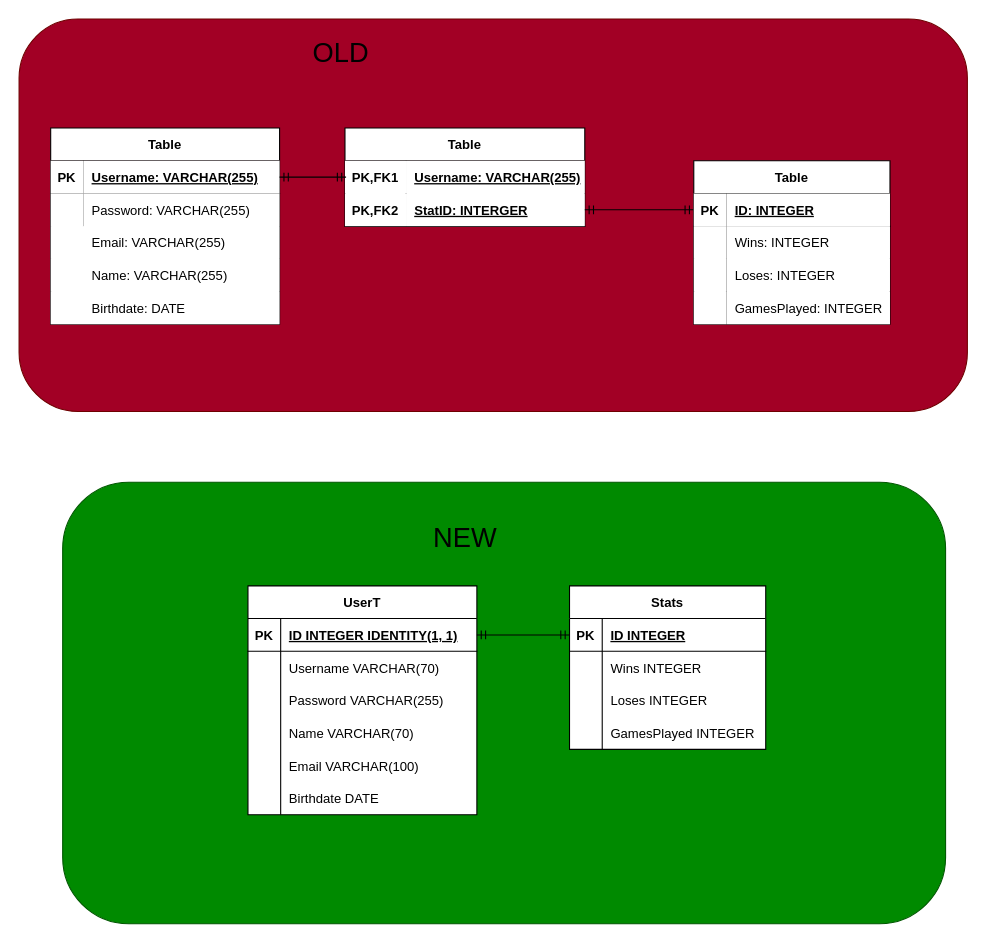
The draw.io diagram Dokumentation/RDS-Diagram.drawio in MarcusBou/KortKlubben, before the edit. Source tidied: cells renumbered, new cells numbered last; positions are measured from the earlier drawing's top-left corner, leaving out a move shared by most shapes. Both pictures are drawn from the tidied source at 109%, with x=0, y=0 at pixel (19, 19).
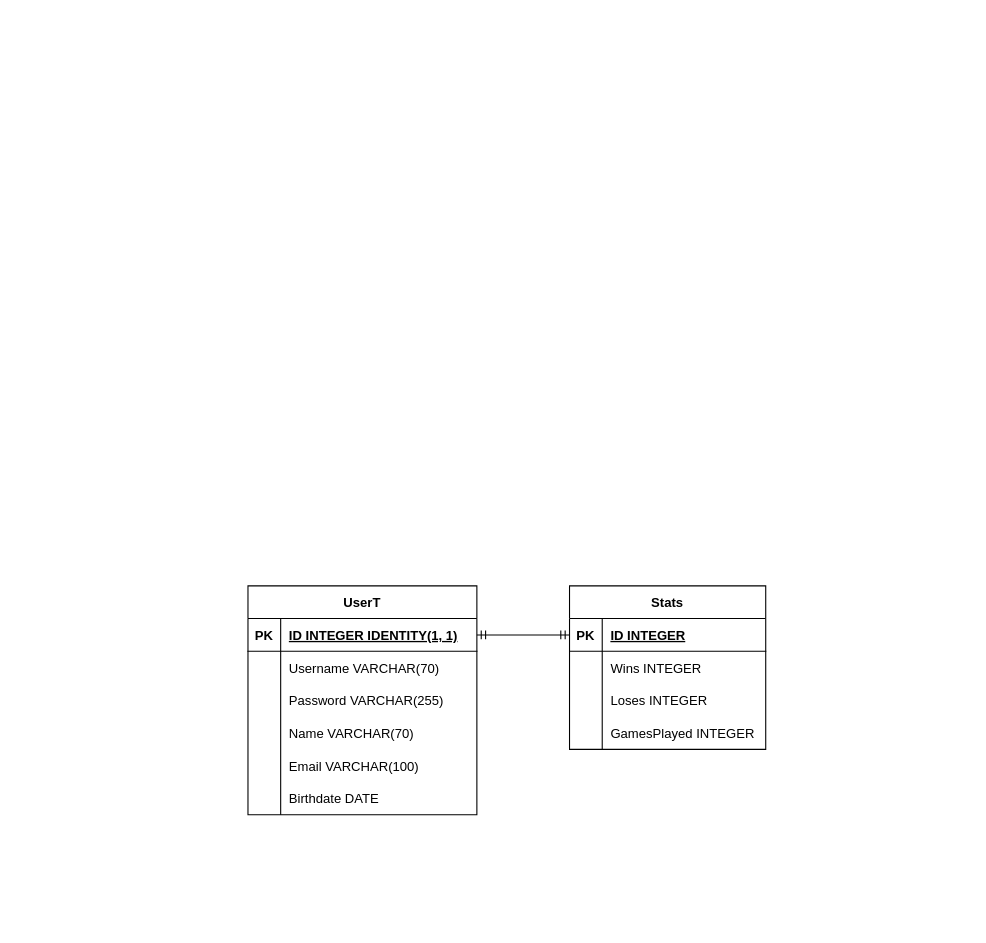
After the change.

Change to the diagram source:
```diff
@@
-    <mxCell id="2" style="rounded=1;whiteSpace=wrap;html=1;fontSize=25;fillColor=#008a00;fontColor=#ffffff;strokeColor=#005700;" parent="1" vertex="1">
-      <mxGeometry x="40" y="425" width="810" height="405" as="geometry" />
-    </mxCell>
-    <mxCell id="3" style="rounded=1;whiteSpace=wrap;html=1;fillColor=#a20025;fontColor=#ffffff;strokeColor=#6F0000;" parent="1" vertex="1">
-      <mxGeometry width="870" height="360" as="geometry" />
-    </mxCell>
-    <mxCell id="4" value="Table" style="shape=table;startSize=30;childLayout=tableLayout;rowLines=0;fontStyle=1;align=center;swimlaneFillColor=default;" parent="1" vertex="1">
-      <mxGeometry x="29" y="100" width="210" height="180" as="geometry" />
-    </mxCell>
-    <mxCell id="5" style="shape=partialRectangle;fillColor=none;top=0;left=0;bottom=1;right=0;points=[[0,0.5],[1,0.5]];portConstraint=eastwest;" parent="4" vertex="1">
-      <mxGeometry y="30" width="210" height="30" as="geometry" />
-    </mxCell>
-    <mxCell id="6" value="PK" style="shape=partialRectangle;top=0;left=0;bottom=0;right=0;fontStyle=1;overflow=hidden;" parent="5" vertex="1">
-      <mxGeometry width="30" height="30" as="geometry" />
-    </mxCell>
-    <mxCell id="7" value="Username: VARCHAR(255)" style="shape=partialRectangle;top=0;left=0;bottom=0;right=0;align=left;spacingLeft=6;fontStyle=5;overflow=hidden;" parent="5" vertex="1">
-      <mxGeometry x="30" width="180" height="30" as="geometry" />
-    </mxCell>
-    <mxCell id="8" style="shape=partialRectangle;fillColor=none;top=0;left=0;bottom=0;right=0;" parent="4" vertex="1">
-      <mxGeometry y="60" width="210" height="30" as="geometry" />
-    </mxCell>
-    <mxCell id="9" style="shape=partialRectangle;top=0;left=0;bottom=0;right=0;overflow=hidden;" parent="8" vertex="1">
-      <mxGeometry width="30" height="30" as="geometry" />
-    </mxCell>
-    <mxCell id="10" value="Password: VARCHAR(255)" style="shape=partialRectangle;top=0;left=0;bottom=0;right=0;align=left;spacingLeft=6;overflow=hidden;" parent="8" vertex="1">
-      <mxGeometry x="30" width="180" height="30" as="geometry" />
-    </mxCell>
-    <mxCell id="11" value="Table" style="shape=table;startSize=30;childLayout=tableLayout;rowLines=0;fontStyle=1;align=center;swimlaneFillColor=default;" parent="1" vertex="1">
-      <mxGeometry x="299" y="100" width="220" height="90" as="geometry" />
-    </mxCell>
-    <mxCell id="12" style="shape=partialRectangle;fillColor=none;top=0;left=0;bottom=0;right=0;" parent="11" vertex="1">
-      <mxGeometry y="30" width="220" height="30" as="geometry" />
-    </mxCell>
-    <mxCell id="13" value="PK,FK1" style="shape=partialRectangle;top=0;left=0;bottom=0;right=0;fontStyle=1;overflow=hidden;" parent="12" vertex="1">
-      <mxGeometry width="56" height="30" as="geometry" />
-    </mxCell>
-    <mxCell id="14" value="Username: VARCHAR(255)" style="shape=partialRectangle;top=0;left=0;bottom=0;right=0;align=left;spacingLeft=6;fontStyle=5;overflow=hidden;" parent="12" vertex="1">
-      <mxGeometry x="56" width="164" height="30" as="geometry" />
-    </mxCell>
-    <mxCell id="15" style="shape=partialRectangle;fillColor=none;top=0;left=0;bottom=1;right=0;points=[[0,0.5],[1,0.5]];portConstraint=eastwest;" parent="11" vertex="1">
-      <mxGeometry y="60" width="220" height="30" as="geometry" />
-    </mxCell>
-    <mxCell id="16" value="PK,FK2" style="shape=partialRectangle;top=0;left=0;bottom=0;right=0;fontStyle=1;overflow=hidden;" parent="15" vertex="1">
-      <mxGeometry width="56" height="30" as="geometry" />
-    </mxCell>
-    <mxCell id="17" value="StatID: INTERGER" style="shape=partialRectangle;top=0;left=0;bottom=0;right=0;align=left;spacingLeft=6;fontStyle=5;overflow=hidden;" parent="15" vertex="1">
-      <mxGeometry x="56" width="164" height="30" as="geometry" />
-    </mxCell>
-    <mxCell id="18" style="edgeStyle=entityRelationEdgeStyle;fontSize=12;html=1;endArrow=ERmandOne;startArrow=ERmandOne;entryX=0;entryY=0.5;entryDx=0;entryDy=0;" parent="1" edge="1" source="15" target="65">
-      <mxGeometry relative="1" as="geometry" />
-    </mxCell>
-    <mxCell id="19" style="edgeStyle=entityRelationEdgeStyle;fontSize=12;html=1;endArrow=ERmandOne;startArrow=ERmandOne;exitX=1;exitY=0.5;exitDx=0;exitDy=0;" parent="1" edge="1" source="5">
-      <mxGeometry relative="1" as="geometry">
-        <mxPoint x="300" y="145" as="targetPoint" />
-      </mxGeometry>
-    </mxCell>
-    <mxCell id="20" style="shape=partialRectangle;top=0;left=0;bottom=0;right=0;" parent="1" vertex="1">
-      <mxGeometry x="29" y="190" width="210" height="30" as="geometry" />
-    </mxCell>
-    <mxCell id="21" style="shape=partialRectangle;fillColor=none;top=0;left=0;bottom=0;right=0;overflow=hidden;" parent="20" vertex="1">
-      <mxGeometry width="30" height="30" as="geometry" />
-    </mxCell>
-    <mxCell id="22" value="Email: VARCHAR(255)" style="shape=partialRectangle;fillColor=none;top=0;left=0;bottom=0;right=0;align=left;spacingLeft=6;overflow=hidden;" parent="20" vertex="1">
-      <mxGeometry x="30" width="180" height="30" as="geometry" />
-    </mxCell>
-    <mxCell id="23" style="shape=partialRectangle;top=0;left=0;bottom=0;right=0;" parent="1" vertex="1">
-      <mxGeometry x="29" y="220" width="210" height="30" as="geometry" />
-    </mxCell>
-    <mxCell id="24" style="shape=partialRectangle;fillColor=none;top=0;left=0;bottom=0;right=0;overflow=hidden;" parent="23" vertex="1">
-      <mxGeometry width="30" height="30" as="geometry" />
-    </mxCell>
-    <mxCell id="25" value="Name: VARCHAR(255)" style="shape=partialRectangle;fillColor=none;top=0;left=0;bottom=0;right=0;align=left;spacingLeft=6;overflow=hidden;" parent="23" vertex="1">
-      <mxGeometry x="30" width="180" height="30" as="geometry" />
-    </mxCell>
-    <mxCell id="26" style="shape=partialRectangle;top=0;left=0;bottom=0;right=0;" parent="1" vertex="1">
-      <mxGeometry x="29" y="250" width="210" height="30" as="geometry" />
-    </mxCell>
-    <mxCell id="27" style="shape=partialRectangle;fillColor=none;top=0;left=0;bottom=0;right=0;overflow=hidden;" parent="26" vertex="1">
-      <mxGeometry width="30" height="30" as="geometry" />
-    </mxCell>
-    <mxCell id="28" value="Birthdate: DATE" style="shape=partialRectangle;fillColor=none;top=0;left=0;bottom=0;right=0;align=left;spacingLeft=6;overflow=hidden;" parent="26" vertex="1">
-      <mxGeometry x="30" width="180" height="30" as="geometry" />
-    </mxCell>
-    <mxCell id="29" style="shape=partialRectangle;fillColor=none;top=0;left=0;bottom=0;right=0;overflow=hidden;" parent="1" vertex="1">
-      <mxGeometry x="619" y="220" width="30" height="30" as="geometry" />
-    </mxCell>
@@
-    <mxCell id="63" value="&lt;font style=&quot;font-size: 25px;&quot;&gt;OLD&lt;/font&gt;" style="text;html=1;align=center;verticalAlign=middle;strokeColor=none;fillColor=none;" parent="1" vertex="1">
-      <mxGeometry x="260" y="20" width="70" height="20" as="geometry" />
-    </mxCell>
-    <mxCell id="64" value="Table" style="shape=table;startSize=30;childLayout=tableLayout;rowLines=0;fontStyle=1;align=center;swimlaneFillColor=default;" parent="1" vertex="1">
-      <mxGeometry x="619" y="130" width="180" height="150" as="geometry" />
-    </mxCell>
-    <mxCell id="65" style="shape=partialRectangle;fillColor=none;top=0;left=0;bottom=1;right=0;points=[[0,0.5],[1,0.5]];portConstraint=eastwest;" parent="64" vertex="1">
-      <mxGeometry y="30" width="180" height="30" as="geometry" />
-    </mxCell>
-    <mxCell id="66" value="PK" style="shape=partialRectangle;top=0;left=0;bottom=0;right=0;fontStyle=1;overflow=hidden;" parent="65" vertex="1">
-      <mxGeometry width="30" height="30" as="geometry" />
-    </mxCell>
-    <mxCell id="67" value="ID: INTEGER" style="shape=partialRectangle;top=0;left=0;bottom=0;right=0;align=left;spacingLeft=6;fontStyle=5;overflow=hidden;" parent="65" vertex="1">
-      <mxGeometry x="30" width="150" height="30" as="geometry" />
-    </mxCell>
-    <mxCell id="68" style="shape=partialRectangle;fillColor=none;top=0;left=0;bottom=0;right=0;" parent="64" vertex="1">
-      <mxGeometry y="60" width="180" height="30" as="geometry" />
-    </mxCell>
-    <mxCell id="69" style="shape=partialRectangle;top=0;left=0;bottom=0;right=0;overflow=hidden;" parent="68" vertex="1">
-      <mxGeometry width="30" height="30" as="geometry" />
-    </mxCell>
-    <mxCell id="70" value="Wins: INTEGER" style="shape=partialRectangle;top=0;left=0;bottom=0;right=0;align=left;spacingLeft=6;overflow=hidden;" parent="68" vertex="1">
-      <mxGeometry x="30" width="150" height="30" as="geometry" />
-    </mxCell>
-    <mxCell id="71" style="shape=partialRectangle;fillColor=none;top=0;left=0;bottom=0;right=0;" parent="64" vertex="1">
-      <mxGeometry y="90" width="180" height="30" as="geometry" />
-    </mxCell>
-    <mxCell id="72" style="shape=partialRectangle;top=0;left=0;bottom=0;right=0;overflow=hidden;" parent="71" vertex="1">
-      <mxGeometry width="30" height="30" as="geometry" />
-    </mxCell>
-    <mxCell id="73" value="Loses: INTEGER" style="shape=partialRectangle;top=0;left=0;bottom=0;right=0;align=left;spacingLeft=6;overflow=hidden;" parent="71" vertex="1">
-      <mxGeometry x="30" width="150" height="30" as="geometry" />
-    </mxCell>
-    <mxCell id="74" style="shape=partialRectangle;fillColor=none;top=0;left=0;bottom=0;right=0;" parent="64" vertex="1">
-      <mxGeometry y="120" width="180" height="30" as="geometry" />
-    </mxCell>
-    <mxCell id="75" style="shape=partialRectangle;top=0;left=0;bottom=0;right=0;overflow=hidden;" parent="74" vertex="1">
-      <mxGeometry width="30" height="30" as="geometry" />
-    </mxCell>
-    <mxCell id="76" value="GamesPlayed: INTEGER" style="shape=partialRectangle;top=0;left=0;bottom=0;right=0;align=left;spacingLeft=6;overflow=hidden;" parent="74" vertex="1">
-      <mxGeometry x="30" width="150" height="30" as="geometry" />
-    </mxCell>
-    <mxCell id="77" value="NEW" style="text;html=1;align=center;verticalAlign=middle;strokeColor=none;fillColor=none;fontSize=25;" parent="1" vertex="1">
-      <mxGeometry x="374" y="455" width="70" height="40" as="geometry" />
-    </mxCell>
```
